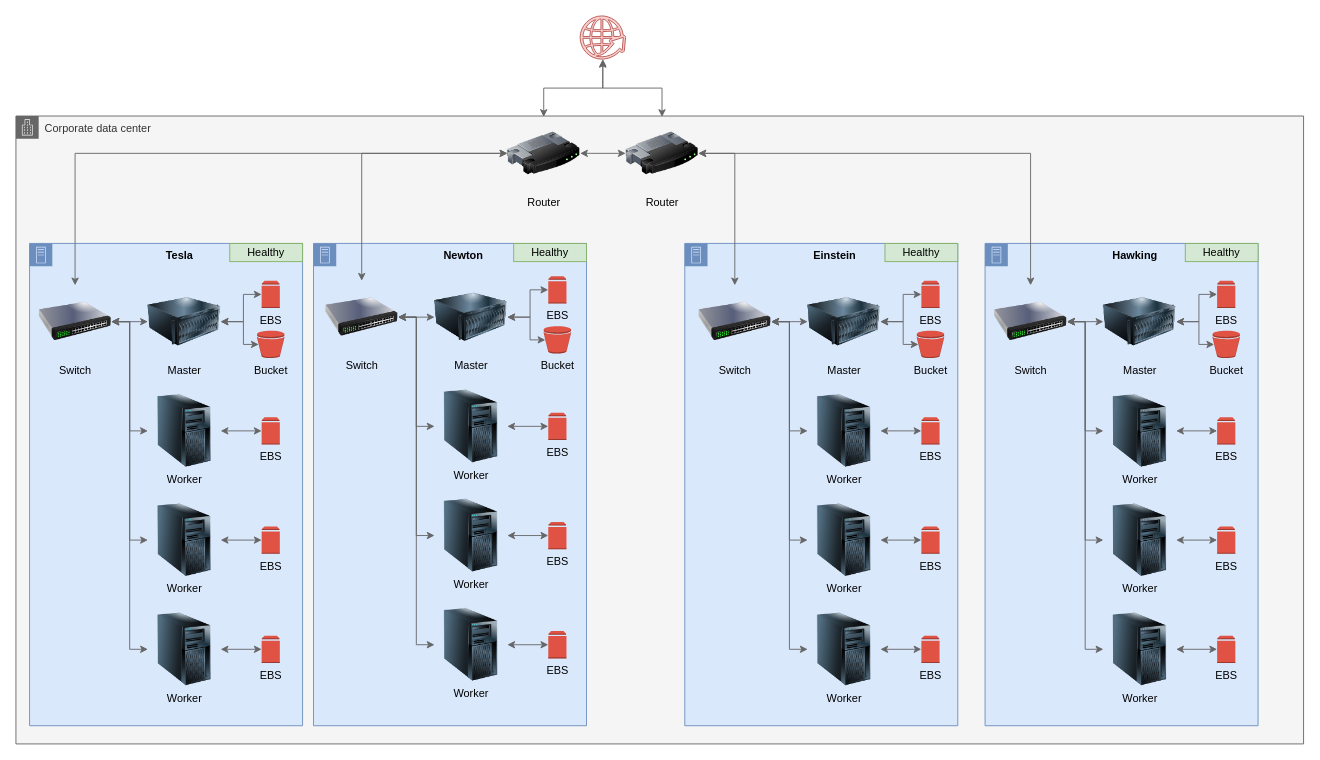
Earlier version of the draw.io diagram page "healthy" (1 of 6) of docs/diagrams/diagrams.drawio (DougTrajano/ap-data-center). Source tidied: cells renumbered, new cells numbered last; positions are measured from the earlier drawing's top-left corner, leaving out a move shared by most shapes. Both pictures are drawn from the tidied source at 91%, with x=0, y=0 at pixel (15, 15).
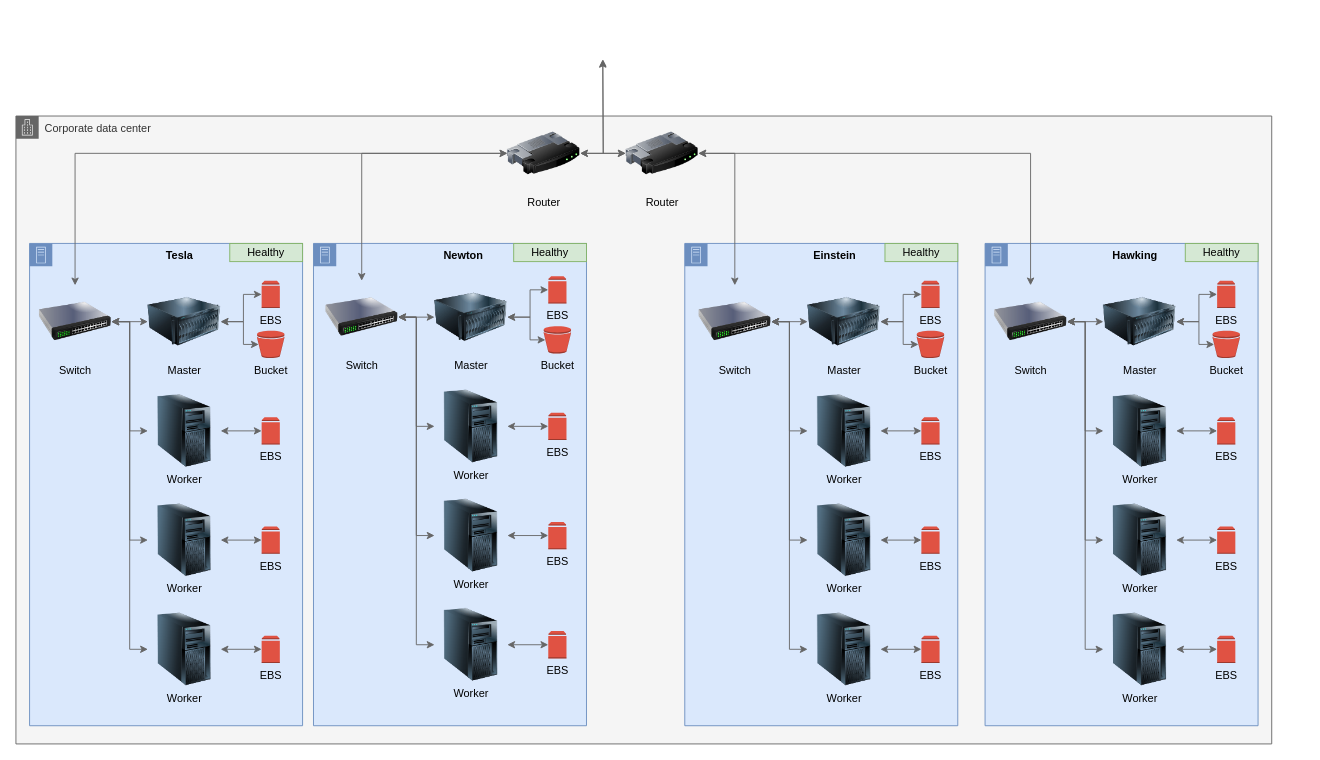
The same diagram, later.

Unchanged cells that the change refers to:
```xml
<mxCell id="10" value="Router" style="image;html=1;image=img/lib/clip_art/networking/Router_128x128.png;labelBackgroundColor=none;" parent="1" vertex="1">
  <mxGeometry x="540" y="111" width="80" height="80" as="geometry" />
</mxCell>
<mxCell id="15" value="Router" style="image;html=1;image=img/lib/clip_art/networking/Router_128x128.png;labelBackgroundColor=none;" parent="1" vertex="1">
  <mxGeometry x="670" y="111" width="80" height="80" as="geometry" />
</mxCell>
```

The edit, as a diff of the source:
```diff
@@
     <mxCell id="2" value="Corporate data center" style="html=1;whiteSpace=wrap;fontSize=12;fontStyle=0;shape=mxgraph.aws4.group;grIcon=mxgraph.aws4.group_corporate_data_center;strokeColor=#666666;fillColor=#f5f5f5;verticalAlign=top;align=left;spacingLeft=30;fontColor=#333333;dashed=0;labelBackgroundColor=none;" parent="1" vertex="1">
-      <mxGeometry y="110" width="1415" height="690" as="geometry" />
+      <mxGeometry y="110" width="1380" height="690" as="geometry" />
     </mxCell>
@@
-    <mxCell id="9" style="edgeStyle=orthogonalEdgeStyle;rounded=0;jettySize=auto;html=1;labelBackgroundColor=none;startArrow=classic;startFill=1;fillColor=#f5f5f5;strokeColor=#666666;" parent="1" edge="1" source="10" target="92">
-      <mxGeometry relative="1" as="geometry" />
+    <mxCell id="9" style="edgeStyle=orthogonalEdgeStyle;rounded=0;jettySize=auto;html=1;labelBackgroundColor=none;startArrow=classic;startFill=1;fillColor=#f5f5f5;strokeColor=#666666;" parent="1" edge="1" source="10">
+      <mxGeometry relative="1" as="geometry">
+        <mxPoint x="645" y="47.5" as="targetPoint" />
+      </mxGeometry>
     </mxCell>
@@
-    <mxCell id="14" style="edgeStyle=orthogonalEdgeStyle;rounded=0;jettySize=auto;html=1;entryX=0.496;entryY=1.019;entryDx=0;entryDy=0;entryPerimeter=0;labelBackgroundColor=none;startArrow=classic;startFill=1;fillColor=#f5f5f5;strokeColor=#666666;" parent="1" edge="1" source="15" target="92">
-      <mxGeometry relative="1" as="geometry" />
+    <mxCell id="14" style="edgeStyle=orthogonalEdgeStyle;rounded=0;jettySize=auto;html=1;entryX=0.496;entryY=1.019;entryDx=0;entryDy=0;entryPerimeter=0;labelBackgroundColor=none;startArrow=classic;startFill=1;fillColor=#f5f5f5;strokeColor=#666666;" parent="1" edge="1" source="15">
+      <mxGeometry relative="1" as="geometry">
+        <mxPoint x="644.8" y="48.4" as="targetPoint" />
+      </mxGeometry>
     </mxCell>
@@
-    <mxCell id="92" style="html=1;strokeColor=#b85450;shadow=0;align=center;verticalAlign=top;fillColor=#f8cecc;shape=mxgraph.gcp2.globe_world;labelBackgroundColor=none;" parent="1" vertex="1">
-      <mxGeometry x="620" width="50" height="47.5" as="geometry" />
-    </mxCell>
```
